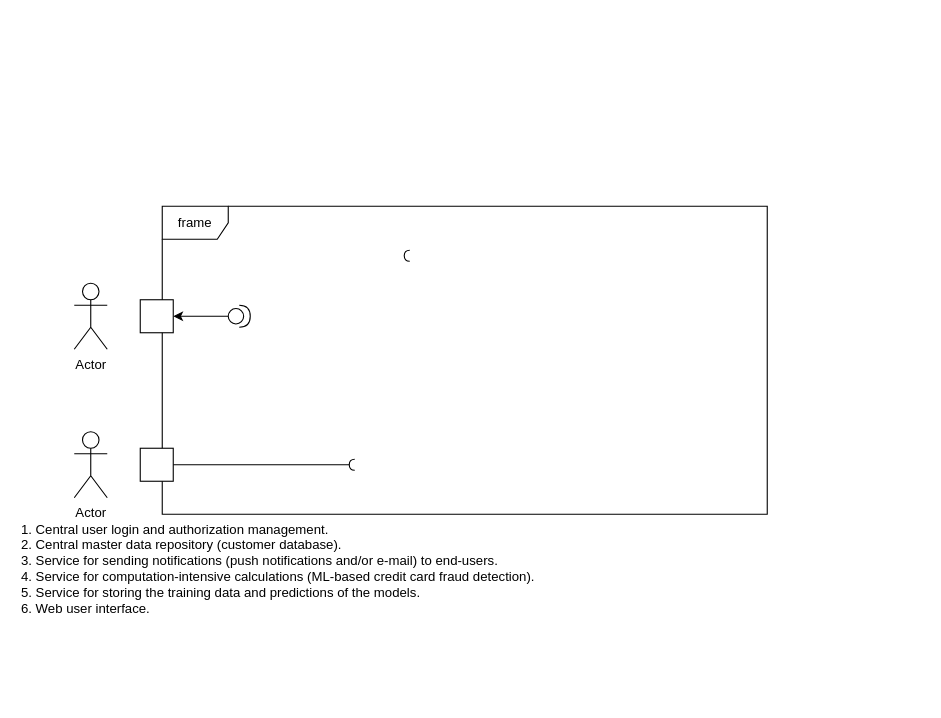
The draw.io diagram gifs/Untitled Diagram.drawio in midani-47/midani-47, before the edit. Source tidied: cells renumbered, new cells numbered last; positions are measured from the earlier drawing's top-left corner, leaving out a move shared by most shapes. Both pictures are drawn from the tidied source at 110%, with x=0, y=0 at pixel (19, 206).
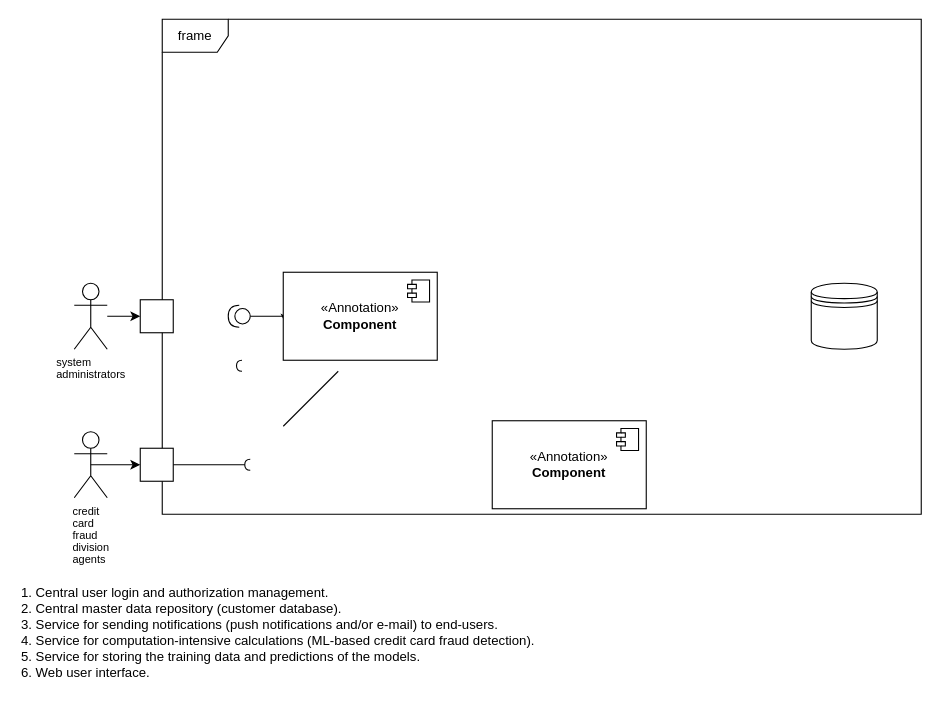
Above is the later version.

Unchanged cells that the change refers to:
```xml
<mxCell id="7" style="html=1;rounded=0;" parent="1" vertex="1">
  <mxGeometry x="110" y="220" width="30" height="30" as="geometry" />
</mxCell>
<mxCell id="10" style="html=1;rounded=0;" parent="1" vertex="1">
  <mxGeometry x="110" y="85" width="30" height="30" as="geometry" />
</mxCell>
```

What changed in the source:
```diff
@@
+    <mxCell id="13" style="edgeStyle=orthogonalEdgeStyle;rounded=0;jettySize=auto;html=1;entryX=0;entryY=0.5;entryDx=0;entryDy=0;" parent="1" edge="1" source="2" target="10">
+      <mxGeometry relative="1" as="geometry" />
+    </mxCell>
-    <mxCell id="2" value="Actor" style="shape=umlActor;verticalLabelPosition=bottom;verticalAlign=top;html=1;outlineConnect=0;" parent="1" vertex="1">
+    <mxCell id="2" value="&lt;p style=&quot;margin: 0px; font-variant-numeric: normal; font-variant-east-asian: normal; font-variant-alternates: normal; font-size-adjust: none; font-kerning: auto; font-optical-sizing: auto; font-feature-settings: normal; font-variation-settings: normal; font-variant-position: normal; font-variant-emoji: normal; font-stretch: normal; font-size: 10px; line-height: normal; text-align: start; text-wrap-mode: wrap;&quot; class=&quot;p1&quot;&gt;&lt;font style=&quot;color: light-dark(rgb(0, 0, 0), rgb(255, 255, 255));&quot;&gt;system administrators&lt;/font&gt;&lt;/p&gt;" style="shape=umlActor;verticalLabelPosition=bottom;verticalAlign=top;html=1;outlineConnect=0;" parent="1" vertex="1">
       <mxGeometry x="50" y="70" width="30" height="60" as="geometry" />
     </mxCell>
     <mxCell id="3" value="1. Central user login and authorization management.&#10;2. Central master data repository (customer database).&#10;3. Service for sending notifications (push notifications and/or e-mail) to end-users.&#10;4. Service for computation-intensive calculations (ML-based credit card fraud detection).&#10;5. Service for storing the training data and predictions of the models.&#10;6. Web user interface." style="text;whiteSpace=wrap;html=1;" parent="1" vertex="1">
-      <mxGeometry y="280" width="500" height="110" as="geometry" />
+      <mxGeometry y="338" width="500" height="110" as="geometry" />
     </mxCell>
-    <mxCell id="4" style="edgeStyle=orthogonalEdgeStyle;rounded=0;jettySize=auto;html=1;" parent="1" edge="1" source="5" target="10">
+    <mxCell id="4" style="edgeStyle=orthogonalEdgeStyle;rounded=0;jettySize=auto;html=1;entryX=0.015;entryY=0.585;entryDx=0;entryDy=0;entryPerimeter=0;" parent="1" edge="1" source="5" target="17">
       <mxGeometry relative="1" as="geometry">
         <Array as="points">
-          <mxPoint x="160" y="100" />
-          <mxPoint x="160" y="100" />
+          <mxPoint x="242" y="100" />
         </Array>
       </mxGeometry>
     </mxCell>
-    <mxCell id="5" style="shape=providedRequiredInterface;html=1;verticalLabelPosition=bottom;sketch=0;" parent="1" vertex="1">
+    <mxCell id="5" style="shape=providedRequiredInterface;html=1;verticalLabelPosition=bottom;sketch=0;rotation=-180;" parent="1" vertex="1">
       <mxGeometry x="190" y="90" width="20" height="20" as="geometry" />
     </mxCell>
     <mxCell id="6" value="frame" style="shape=umlFrame;whiteSpace=wrap;html=1;" parent="1" vertex="1">
-      <mxGeometry x="130" width="550" height="280" as="geometry" />
+      <mxGeometry x="130" y="-170" width="690" height="450" as="geometry" />
     </mxCell>
@@
     <mxCell id="8" style="endArrow=none;html=1;rounded=0;align=center;verticalAlign=top;endFill=0;labelBackgroundColor=none;endSize=2;" parent="1" edge="1" source="7" target="9">
-      <mxGeometry relative="1" as="geometry">
-        <Array as="points">
-          <mxPoint x="250" y="235" />
-        </Array>
-      </mxGeometry>
+      <mxGeometry relative="1" as="geometry" />
     </mxCell>
     <mxCell id="9" style="shape=requiredInterface;html=1;fontSize=11;align=center;fillColor=none;points=[];verticalAlign=bottom;labelPosition=center;verticalLabelPosition=top;flipH=1;" parent="1" vertex="1">
-      <mxGeometry x="300" y="230" width="5" height="10" as="geometry" />
+      <mxGeometry x="205" y="230" width="5" height="10" as="geometry" />
     </mxCell>
@@
     <mxCell id="11" style="shape=requiredInterface;html=1;fontSize=11;align=center;fillColor=none;verticalAlign=bottom;labelPosition=center;verticalLabelPosition=top;flipH=1;" parent="1" vertex="1">
-      <mxGeometry x="350" y="40" width="5" height="10" as="geometry" />
+      <mxGeometry x="197.5" y="140" width="5" height="10" as="geometry" />
     </mxCell>
+    <mxCell id="14" style="edgeStyle=orthogonalEdgeStyle;rounded=0;jettySize=auto;html=1;exitX=0.5;exitY=0.5;exitDx=0;exitDy=0;exitPerimeter=0;entryX=0;entryY=0.5;entryDx=0;entryDy=0;" parent="1" edge="1" source="12" target="7">
+      <mxGeometry relative="1" as="geometry">
+        <Array as="points">
+          <mxPoint x="80" y="235" />
+          <mxPoint x="80" y="235" />
+        </Array>
+      </mxGeometry>
+    </mxCell>
-    <mxCell id="12" value="Actor" style="shape=umlActor;verticalLabelPosition=bottom;verticalAlign=top;html=1;outlineConnect=0;" parent="1" vertex="1">
+    <mxCell id="12" value="&lt;p style=&quot;margin: 0px; font-variant-numeric: normal; font-variant-east-asian: normal; font-variant-alternates: normal; font-size-adjust: none; font-kerning: auto; font-optical-sizing: auto; font-feature-settings: normal; font-variation-settings: normal; font-variant-position: normal; font-variant-emoji: normal; font-stretch: normal; font-size: 10px; line-height: normal; text-align: start; text-wrap-mode: wrap;&quot; class=&quot;p1&quot;&gt;&lt;font style=&quot;color: light-dark(rgb(0, 0, 0), rgb(255, 255, 255));&quot;&gt;credit card fraud division agents&lt;/font&gt;&lt;/p&gt;" style="shape=umlActor;verticalLabelPosition=bottom;verticalAlign=top;html=1;outlineConnect=0;" parent="1" vertex="1">
       <mxGeometry x="50" y="205" width="30" height="60" as="geometry" />
     </mxCell>
+    <mxCell id="15" value="&amp;laquo;Annotation&amp;raquo;&lt;br/&gt;&lt;b&gt;Component&lt;/b&gt;" style="html=1;whiteSpace=wrap;" parent="1" vertex="1">
+      <mxGeometry x="430" y="195" width="140" height="80" as="geometry" />
+    </mxCell>
+    <mxCell id="16" style="shape=module;jettyWidth=8;jettyHeight=4;" parent="15" vertex="1">
+      <mxGeometry x="1" width="20" height="20" relative="1" as="geometry">
+        <mxPoint x="-27" y="7" as="offset" />
+      </mxGeometry>
+    </mxCell>
+    <mxCell id="17" value="&amp;laquo;Annotation&amp;raquo;&lt;br/&gt;&lt;b&gt;Component&lt;/b&gt;" style="html=1;whiteSpace=wrap;" parent="1" vertex="1">
+      <mxGeometry x="240" y="60" width="140" height="80" as="geometry" />
+    </mxCell>
+    <mxCell id="18" style="shape=module;jettyWidth=8;jettyHeight=4;" parent="17" vertex="1">
+      <mxGeometry x="1" width="20" height="20" relative="1" as="geometry">
+        <mxPoint x="-27" y="7" as="offset" />
+      </mxGeometry>
+    </mxCell>
+    <mxCell id="19" style="shape=datastore;whiteSpace=wrap;html=1;" parent="1" vertex="1">
+      <mxGeometry x="720" y="70" width="60" height="60" as="geometry" />
+    </mxCell>
+    <mxCell id="20" style="endArrow=none;html=1;rounded=0;" parent="1" edge="1">
+      <mxGeometry relative="1" as="geometry">
+        <mxPoint x="240" y="200" as="sourcePoint" />
+        <mxPoint x="290" y="150" as="targetPoint" />
+      </mxGeometry>
+    </mxCell>
```
